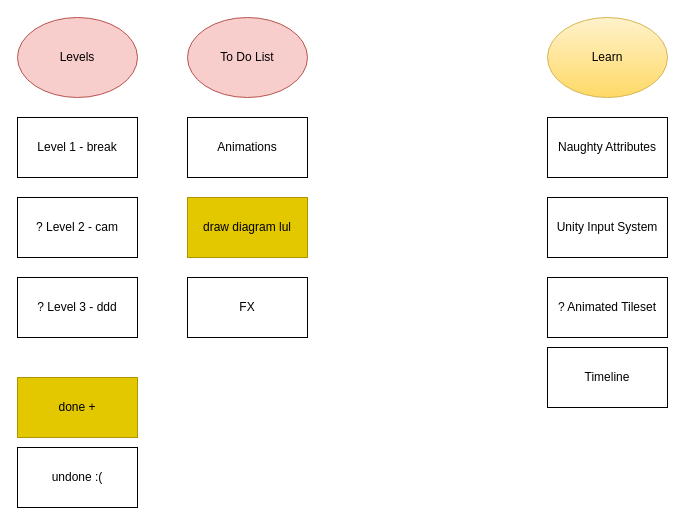
Before: Assets/3rdParty/FlappyBird.drawio in Rollic-oFON-Game-Development-Bootcamp/flappy-bird-omerasikoglu, a draw.io diagram. Source tidied: cells renumbered, new cells numbered last; positions are measured from the earlier drawing's top-left corner, leaving out a move shared by most shapes. Both pictures are drawn from the tidied source at 100%, with x=0, y=0 at pixel (17, 17).
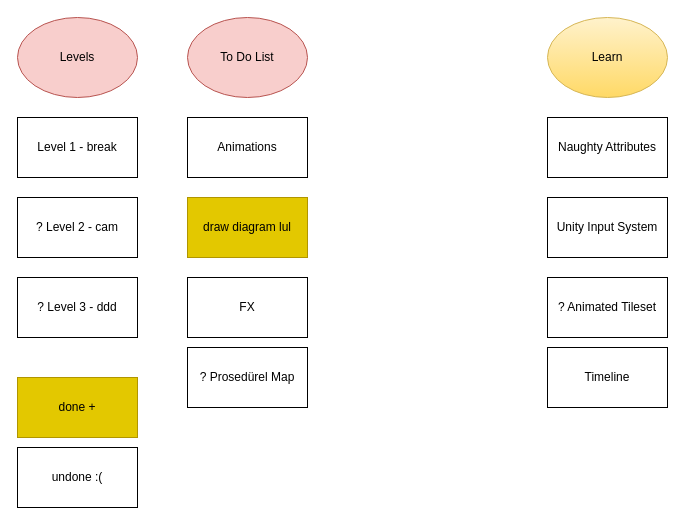
The same diagram, later.

What changed in the source:
```diff
@@
 <mxGraphModel>
   <root>
     <mxCell id="0" />
     <mxCell id="1" parent="0" />
     <mxCell id="2" value="Level 1 - break" style="rounded=0;whiteSpace=wrap;html=1;" parent="1" vertex="1">
       <mxGeometry y="100" width="120" height="60" as="geometry" />
     </mxCell>
     <mxCell id="3" value="? Level 2 - cam" style="rounded=0;whiteSpace=wrap;html=1;" parent="1" vertex="1">
       <mxGeometry y="180" width="120" height="60" as="geometry" />
     </mxCell>
     <mxCell id="4" value="? Level 3 - ddd" style="rounded=0;whiteSpace=wrap;html=1;" parent="1" vertex="1">
       <mxGeometry y="260" width="120" height="60" as="geometry" />
     </mxCell>
     <mxCell id="5" value="Learn" style="ellipse;whiteSpace=wrap;html=1;fillColor=#fff2cc;strokeColor=#d6b656;gradientColor=#ffd966;" parent="1" vertex="1">
       <mxGeometry x="530" width="120" height="80" as="geometry" />
     </mxCell>
     <mxCell id="6" value="Timeline" style="rounded=0;whiteSpace=wrap;html=1;" parent="1" vertex="1">
       <mxGeometry x="530" y="330" width="120" height="60" as="geometry" />
     </mxCell>
     <mxCell id="7" value="Unity Input System" style="rounded=0;whiteSpace=wrap;html=1;" parent="1" vertex="1">
       <mxGeometry x="530" y="180" width="120" height="60" as="geometry" />
     </mxCell>
     <mxCell id="8" value="To Do List" style="ellipse;whiteSpace=wrap;html=1;fillColor=#f8cecc;strokeColor=#b85450;" parent="1" vertex="1">
       <mxGeometry x="170" width="120" height="80" as="geometry" />
     </mxCell>
     <mxCell id="9" value="? Animated Tileset" style="rounded=0;whiteSpace=wrap;html=1;" parent="1" vertex="1">
       <mxGeometry x="530" y="260" width="120" height="60" as="geometry" />
     </mxCell>
     <mxCell id="10" value="Naughty Attributes" style="rounded=0;whiteSpace=wrap;html=1;" parent="1" vertex="1">
       <mxGeometry x="530" y="100" width="120" height="60" as="geometry" />
     </mxCell>
     <mxCell id="11" value="Animations" style="rounded=0;whiteSpace=wrap;html=1;" parent="1" vertex="1">
       <mxGeometry x="170" y="100" width="120" height="60" as="geometry" />
     </mxCell>
     <mxCell id="12" value="draw diagram lul" style="rounded=0;whiteSpace=wrap;html=1;fillColor=#e3c800;fontColor=#000000;strokeColor=#B09500;" parent="1" vertex="1">
       <mxGeometry x="170" y="180" width="120" height="60" as="geometry" />
     </mxCell>
     <mxCell id="13" value="FX" style="rounded=0;whiteSpace=wrap;html=1;" parent="1" vertex="1">
       <mxGeometry x="170" y="260" width="120" height="60" as="geometry" />
     </mxCell>
     <mxCell id="14" value="Levels" style="ellipse;whiteSpace=wrap;html=1;fillColor=#f8cecc;strokeColor=#b85450;" parent="1" vertex="1">
       <mxGeometry width="120" height="80" as="geometry" />
     </mxCell>
     <mxCell id="15" value="done +" style="rounded=0;whiteSpace=wrap;html=1;fillColor=#e3c800;fontColor=#000000;strokeColor=#B09500;" parent="1" vertex="1">
       <mxGeometry y="360" width="120" height="60" as="geometry" />
     </mxCell>
     <mxCell id="16" value="undone :(" style="rounded=0;whiteSpace=wrap;html=1;" parent="1" vertex="1">
       <mxGeometry y="430" width="120" height="60" as="geometry" />
     </mxCell>
+    <mxCell id="17" value="? Prosedürel Map" style="rounded=0;whiteSpace=wrap;html=1;" parent="1" vertex="1">
+      <mxGeometry x="170" y="330" width="120" height="60" as="geometry" />
+    </mxCell>
   </root>
 </mxGraphModel>
```
